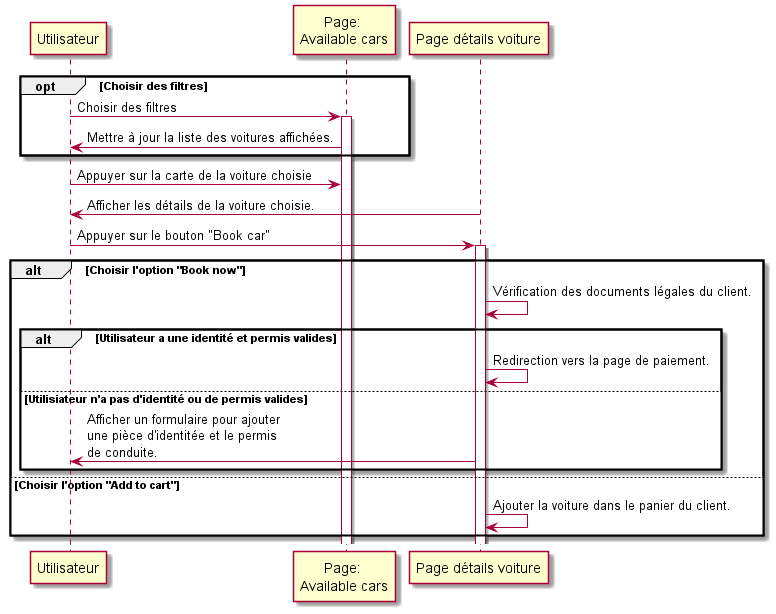
This is images/uml/choisir voiture.png from AlaaAbdelbaki/rapportPFE, a PlantUML export, as it was before one commit.
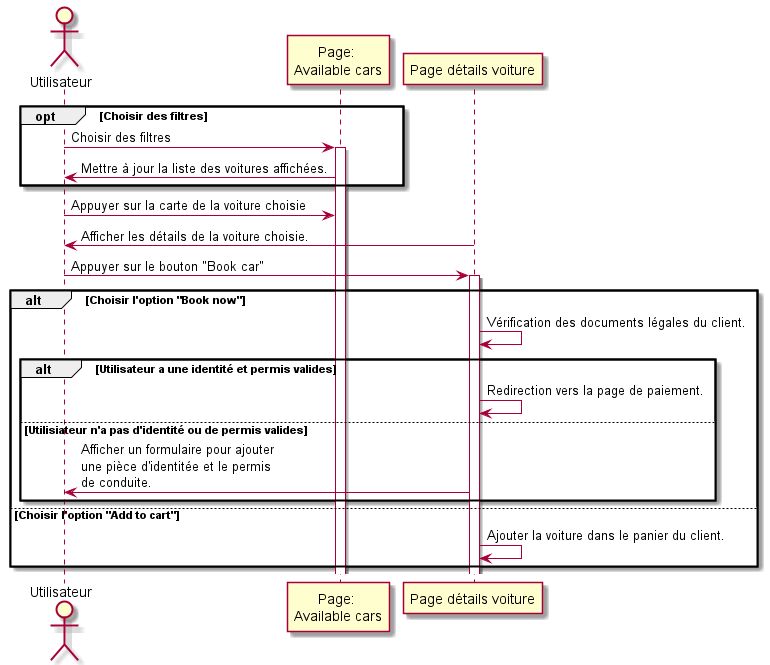
Above is the later version.

Diff of the diagram source:
```diff
@@ -1,4 +1,7 @@
 @startuml choisir voiture
+
+Actor Utilisateur as Utilisateur
+
 opt Choisir des filtres
 Utilisateur -> "Page: \nAvailable cars" ++: Choisir des filtres
 "Page: \nAvailable cars" -> Utilisateur : Mettre à jour la liste des voitures affichées.
```
